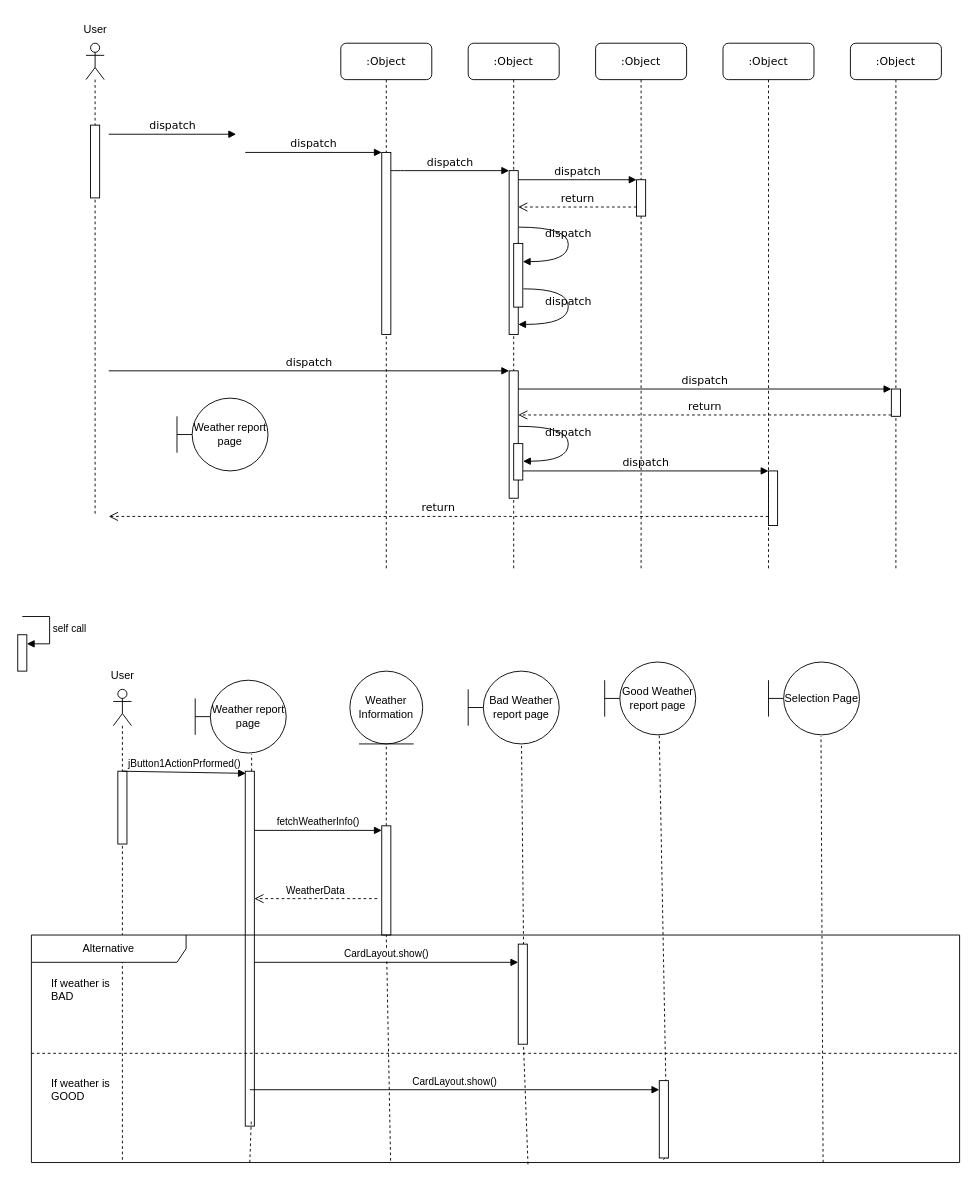
TMCEID/SoftEngFishApp keeps this draw.io diagram as Delivarable3/SequenceDiagram/Untitled Diagram.drawio. Above is the earlier version. Source tidied: cells renumbered, new cells numbered last; positions are measured from the earlier drawing's top-left corner, leaving out a move shared by most shapes. Both pictures are drawn from the tidied source at 91%, with x=0, y=0 at pixel (17, 15).
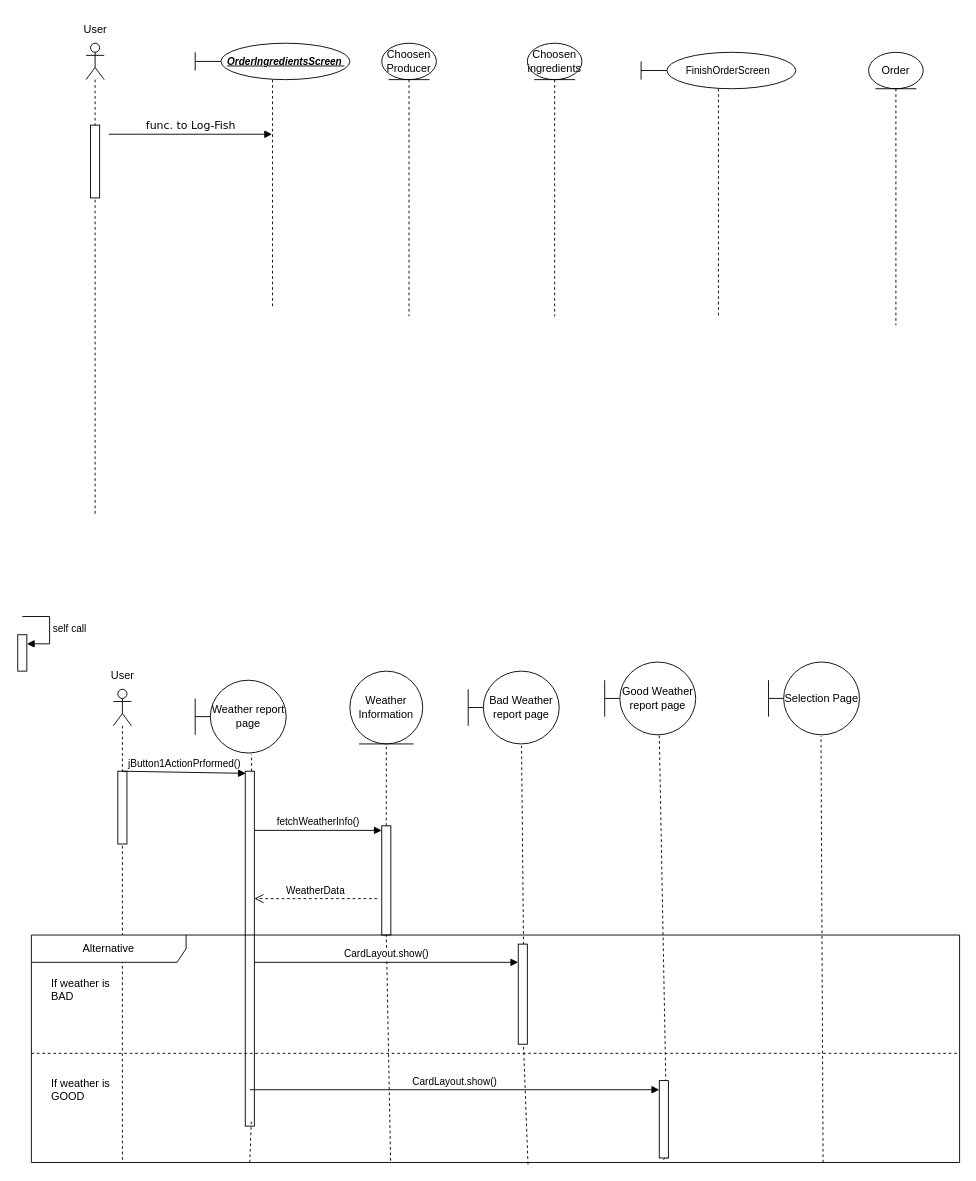
Above is the later version.

What changed in the source:
```diff
@@
-    <mxCell id="2" value=":Object" style="shape=umlLifeline;perimeter=lifelinePerimeter;whiteSpace=wrap;html=1;rounded=1;shadow=0;comic=0;labelBackgroundColor=none;strokeWidth=1;fontFamily=Verdana;fontSize=12;align=center;" parent="1" vertex="1">
-      <mxGeometry x="355" y="30" width="100" height="580" as="geometry" />
-    </mxCell>
-    <mxCell id="3" style="html=1;points=[];perimeter=orthogonalPerimeter;rounded=0;shadow=0;comic=0;labelBackgroundColor=none;strokeWidth=1;fontFamily=Verdana;fontSize=12;align=center;" parent="2" vertex="1">
-      <mxGeometry x="45" y="120" width="10" height="200" as="geometry" />
-    </mxCell>
-    <mxCell id="4" value=":Object" style="shape=umlLifeline;perimeter=lifelinePerimeter;whiteSpace=wrap;html=1;rounded=1;shadow=0;comic=0;labelBackgroundColor=none;strokeWidth=1;fontFamily=Verdana;fontSize=12;align=center;" parent="1" vertex="1">
-      <mxGeometry x="495" y="30" width="100" height="580" as="geometry" />
-    </mxCell>
-    <mxCell id="5" value=":Object" style="shape=umlLifeline;perimeter=lifelinePerimeter;whiteSpace=wrap;html=1;rounded=1;shadow=0;comic=0;labelBackgroundColor=none;strokeWidth=1;fontFamily=Verdana;fontSize=12;align=center;" parent="1" vertex="1">
-      <mxGeometry x="635" y="30" width="100" height="580" as="geometry" />
-    </mxCell>
-    <mxCell id="6" value=":Object" style="shape=umlLifeline;perimeter=lifelinePerimeter;whiteSpace=wrap;html=1;rounded=1;shadow=0;comic=0;labelBackgroundColor=none;strokeWidth=1;fontFamily=Verdana;fontSize=12;align=center;" parent="1" vertex="1">
-      <mxGeometry x="775" y="30" width="100" height="580" as="geometry" />
-    </mxCell>
-    <mxCell id="7" value=":Object" style="shape=umlLifeline;perimeter=lifelinePerimeter;whiteSpace=wrap;html=1;rounded=1;shadow=0;comic=0;labelBackgroundColor=none;strokeWidth=1;fontFamily=Verdana;fontSize=12;align=center;" parent="1" vertex="1">
-      <mxGeometry x="915" y="30" width="100" height="580" as="geometry" />
-    </mxCell>
-    <mxCell id="8" style="html=1;points=[];perimeter=orthogonalPerimeter;rounded=0;shadow=0;comic=0;labelBackgroundColor=none;strokeWidth=1;fontFamily=Verdana;fontSize=12;align=center;" parent="1" vertex="1">
-      <mxGeometry x="540" y="170" width="10" height="180" as="geometry" />
-    </mxCell>
-    <mxCell id="9" value="dispatch" style="html=1;verticalAlign=bottom;endArrow=block;labelBackgroundColor=none;fontFamily=Verdana;fontSize=12;edgeStyle=elbowEdgeStyle;elbow=vertical;" parent="1" edge="1" source="3" target="8">
-      <mxGeometry relative="1" as="geometry">
-        <Array as="points">
-          <mxPoint x="415" y="170" />
-        </Array>
-      </mxGeometry>
-    </mxCell>
-    <mxCell id="10" style="html=1;points=[];perimeter=orthogonalPerimeter;rounded=0;shadow=0;comic=0;labelBackgroundColor=none;strokeWidth=1;fontFamily=Verdana;fontSize=12;align=center;" parent="1" vertex="1">
-      <mxGeometry x="680" y="180" width="10" height="40" as="geometry" />
-    </mxCell>
-    <mxCell id="11" value="dispatch" style="html=1;verticalAlign=bottom;endArrow=block;entryX=0;entryY=0;labelBackgroundColor=none;fontFamily=Verdana;fontSize=12;edgeStyle=elbowEdgeStyle;elbow=vertical;" parent="1" edge="1" source="8" target="10">
-      <mxGeometry relative="1" as="geometry" />
-    </mxCell>
-    <mxCell id="12" value="return" style="html=1;verticalAlign=bottom;endArrow=open;dashed=1;endSize=8;labelBackgroundColor=none;fontFamily=Verdana;fontSize=12;edgeStyle=elbowEdgeStyle;elbow=vertical;" parent="1" edge="1" source="10" target="8">
-      <mxGeometry relative="1" as="geometry">
-        <Array as="points">
-          <mxPoint x="625" y="210" />
-          <mxPoint x="655" y="210" />
-        </Array>
-      </mxGeometry>
-    </mxCell>
-    <mxCell id="13" style="html=1;points=[];perimeter=orthogonalPerimeter;rounded=0;shadow=0;comic=0;labelBackgroundColor=none;strokeWidth=1;fontFamily=Verdana;fontSize=12;align=center;" parent="1" vertex="1">
-      <mxGeometry x="540" y="390" width="10" height="140" as="geometry" />
-    </mxCell>
-    <mxCell id="14" value="dispatch" style="html=1;verticalAlign=bottom;endArrow=block;entryX=0;entryY=0;labelBackgroundColor=none;fontFamily=Verdana;fontSize=12;" parent="1" edge="1" target="13">
-      <mxGeometry relative="1" as="geometry">
-        <mxPoint x="100" y="390" as="sourcePoint" />
-      </mxGeometry>
-    </mxCell>
-    <mxCell id="15" style="html=1;points=[];perimeter=orthogonalPerimeter;rounded=0;shadow=0;comic=0;labelBackgroundColor=none;strokeColor=#000000;strokeWidth=1;fillColor=#FFFFFF;fontFamily=Verdana;fontSize=12;fontColor=#000000;align=center;" parent="1" vertex="1">
-      <mxGeometry x="960" y="410" width="10" height="30" as="geometry" />
-    </mxCell>
-    <mxCell id="16" value="dispatch" style="html=1;verticalAlign=bottom;endArrow=block;entryX=0;entryY=0;labelBackgroundColor=none;fontFamily=Verdana;fontSize=12;" parent="1" edge="1" source="13" target="15">
-      <mxGeometry relative="1" as="geometry" />
-    </mxCell>
-    <mxCell id="17" value="return" style="html=1;verticalAlign=bottom;endArrow=open;dashed=1;endSize=8;exitX=0;exitY=0.95;labelBackgroundColor=none;fontFamily=Verdana;fontSize=12;" parent="1" edge="1" source="15" target="13">
-      <mxGeometry relative="1" as="geometry" />
-    </mxCell>
-    <mxCell id="18" style="html=1;points=[];perimeter=orthogonalPerimeter;rounded=0;shadow=0;comic=0;labelBackgroundColor=none;strokeWidth=1;fontFamily=Verdana;fontSize=12;align=center;" parent="1" vertex="1">
-      <mxGeometry x="825" y="500" width="10" height="60" as="geometry" />
-    </mxCell>
-    <mxCell id="19" value="dispatch" style="html=1;verticalAlign=bottom;endArrow=block;entryX=0;entryY=0;labelBackgroundColor=none;fontFamily=Verdana;fontSize=12;edgeStyle=elbowEdgeStyle;elbow=vertical;" parent="1" edge="1" source="26" target="18">
-      <mxGeometry relative="1" as="geometry" />
-    </mxCell>
-    <mxCell id="20" value="return" style="html=1;verticalAlign=bottom;endArrow=open;dashed=1;endSize=8;labelBackgroundColor=none;fontFamily=Verdana;fontSize=12;edgeStyle=elbowEdgeStyle;elbow=vertical;" parent="1" edge="1" source="18">
-      <mxGeometry relative="1" as="geometry">
-        <mxPoint x="100" y="550" as="targetPoint" />
-        <Array as="points">
-          <mxPoint x="525" y="550" />
-        </Array>
-      </mxGeometry>
-    </mxCell>
-    <mxCell id="21" value="dispatch" style="html=1;verticalAlign=bottom;endArrow=block;entryX=0;entryY=0;labelBackgroundColor=none;fontFamily=Verdana;fontSize=12;edgeStyle=elbowEdgeStyle;elbow=vertical;" parent="1" edge="1">
+    <mxCell id="21" value="func. to Log-Fish" style="html=1;verticalAlign=bottom;endArrow=block;labelBackgroundColor=none;fontFamily=Verdana;fontSize=12;edgeStyle=elbowEdgeStyle;elbow=vertical;" parent="1" edge="1" target="65">
       <mxGeometry relative="1" as="geometry">
         <mxPoint x="100" y="130" as="sourcePoint" />
-        <mxPoint x="240" y="130" as="targetPoint" />
       </mxGeometry>
     </mxCell>
-    <mxCell id="22" value="dispatch" style="html=1;verticalAlign=bottom;endArrow=block;entryX=0;entryY=0;labelBackgroundColor=none;fontFamily=Verdana;fontSize=12;edgeStyle=elbowEdgeStyle;elbow=vertical;" parent="1" edge="1" target="3">
-      <mxGeometry relative="1" as="geometry">
-        <mxPoint x="250" y="150" as="sourcePoint" />
-      </mxGeometry>
-    </mxCell>
-    <mxCell id="23" style="html=1;points=[];perimeter=orthogonalPerimeter;rounded=0;shadow=0;comic=0;labelBackgroundColor=none;strokeWidth=1;fontFamily=Verdana;fontSize=12;align=center;" parent="1" vertex="1">
-      <mxGeometry x="545" y="250" width="10" height="70" as="geometry" />
-    </mxCell>
-    <mxCell id="24" value="dispatch" style="html=1;verticalAlign=bottom;endArrow=block;labelBackgroundColor=none;fontFamily=Verdana;fontSize=12;elbow=vertical;edgeStyle=orthogonalEdgeStyle;curved=1;entryX=1;entryY=0.286;entryPerimeter=0;exitX=1.038;exitY=0.345;exitPerimeter=0;" parent="1" edge="1" source="8" target="23">
-      <mxGeometry relative="1" as="geometry">
-        <Array as="points">
-          <mxPoint x="605" y="232" />
-          <mxPoint x="605" y="270" />
-        </Array>
-      </mxGeometry>
-    </mxCell>
-    <mxCell id="25" value="dispatch" style="html=1;verticalAlign=bottom;endArrow=block;labelBackgroundColor=none;fontFamily=Verdana;fontSize=12;elbow=vertical;edgeStyle=orthogonalEdgeStyle;curved=1;exitX=1.066;exitY=0.713;exitPerimeter=0;" parent="1" edge="1" source="23">
-      <mxGeometry relative="1" as="geometry">
-        <mxPoint x="550" y="339" as="targetPoint" />
-        <Array as="points">
-          <mxPoint x="605" y="300" />
-          <mxPoint x="605" y="339" />
-        </Array>
-      </mxGeometry>
-    </mxCell>
-    <mxCell id="26" style="html=1;points=[];perimeter=orthogonalPerimeter;rounded=0;shadow=0;comic=0;labelBackgroundColor=none;strokeWidth=1;fontFamily=Verdana;fontSize=12;align=center;" parent="1" vertex="1">
-      <mxGeometry x="545" y="470" width="10" height="40" as="geometry" />
-    </mxCell>
-    <mxCell id="27" value="dispatch" style="html=1;verticalAlign=bottom;endArrow=block;labelBackgroundColor=none;fontFamily=Verdana;fontSize=12;elbow=vertical;edgeStyle=orthogonalEdgeStyle;curved=1;entryX=1;entryY=0.286;entryPerimeter=0;exitX=1.038;exitY=0.345;exitPerimeter=0;" parent="1" edge="1">
-      <mxGeometry relative="1" as="geometry">
-        <mxPoint x="550.3" y="451" as="sourcePoint" />
-        <mxPoint x="555.3" y="489.3" as="targetPoint" />
-        <Array as="points">
-          <mxPoint x="605" y="451" />
-          <mxPoint x="605" y="489" />
-        </Array>
-      </mxGeometry>
-    </mxCell>
@@
-    <mxCell id="60" value="Weather report page" style="shape=umlBoundary;whiteSpace=wrap;html=1;" parent="1" vertex="1">
-      <mxGeometry x="175" y="420" width="100" height="80" as="geometry" />
-    </mxCell>
@@
+    <mxCell id="63" value="Choosen&lt;br&gt;Producer" style="shape=umlLifeline;perimeter=lifelinePerimeter;whiteSpace=wrap;html=1;newEdgeStyle={&quot;curved&quot;:0,&quot;rounded&quot;:0};participant=umlEntity;" parent="1" vertex="1">
+      <mxGeometry x="400" y="30" width="60" height="300" as="geometry" />
+    </mxCell>
+    <mxCell id="64" value="Choosen&lt;br&gt;ingredients" style="shape=umlLifeline;perimeter=lifelinePerimeter;whiteSpace=wrap;html=1;newEdgeStyle={&quot;curved&quot;:0,&quot;rounded&quot;:0};participant=umlEntity;" parent="1" vertex="1">
+      <mxGeometry x="560" y="30" width="60" height="300" as="geometry" />
+    </mxCell>
+    <mxCell id="65" value="&amp;nbsp;&amp;nbsp;&amp;nbsp;&amp;nbsp;&amp;nbsp;&amp;nbsp;&amp;nbsp;&amp;nbsp; &lt;font style=&quot;font-size: 11px;&quot;&gt;&lt;b&gt;&lt;i&gt;&lt;u&gt;OrderIngredientsScreen&amp;nbsp; &lt;br&gt;&lt;/u&gt;&lt;/i&gt;&lt;/b&gt;&lt;/font&gt;" style="shape=umlLifeline;perimeter=lifelinePerimeter;whiteSpace=wrap;html=1;outlineConnect=0;portConstraint=eastwest;newEdgeStyle={&quot;curved&quot;:0,&quot;rounded&quot;:0};participant=umlBoundary;" parent="1" vertex="1">
+      <mxGeometry x="195" y="30" width="170" height="290" as="geometry" />
+    </mxCell>
+    <mxCell id="66" value="&lt;font style=&quot;font-size: 11px;&quot;&gt;&lt;span style=&quot;white-space: pre;&quot;&gt;&#9;&lt;/span&gt;FinishOrderScreen&amp;nbsp; &lt;br&gt;&lt;/font&gt;" style="shape=umlLifeline;perimeter=lifelinePerimeter;whiteSpace=wrap;html=1;newEdgeStyle={&quot;curved&quot;:0,&quot;rounded&quot;:0};participant=umlBoundary;" parent="1" vertex="1">
+      <mxGeometry x="685" y="40" width="170" height="290" as="geometry" />
+    </mxCell>
+    <mxCell id="67" value="Order" style="shape=umlLifeline;perimeter=lifelinePerimeter;whiteSpace=wrap;html=1;newEdgeStyle={&quot;curved&quot;:0,&quot;rounded&quot;:0};participant=umlEntity;" parent="1" vertex="1">
+      <mxGeometry x="935" y="40" width="60" height="300" as="geometry" />
+    </mxCell>
```
